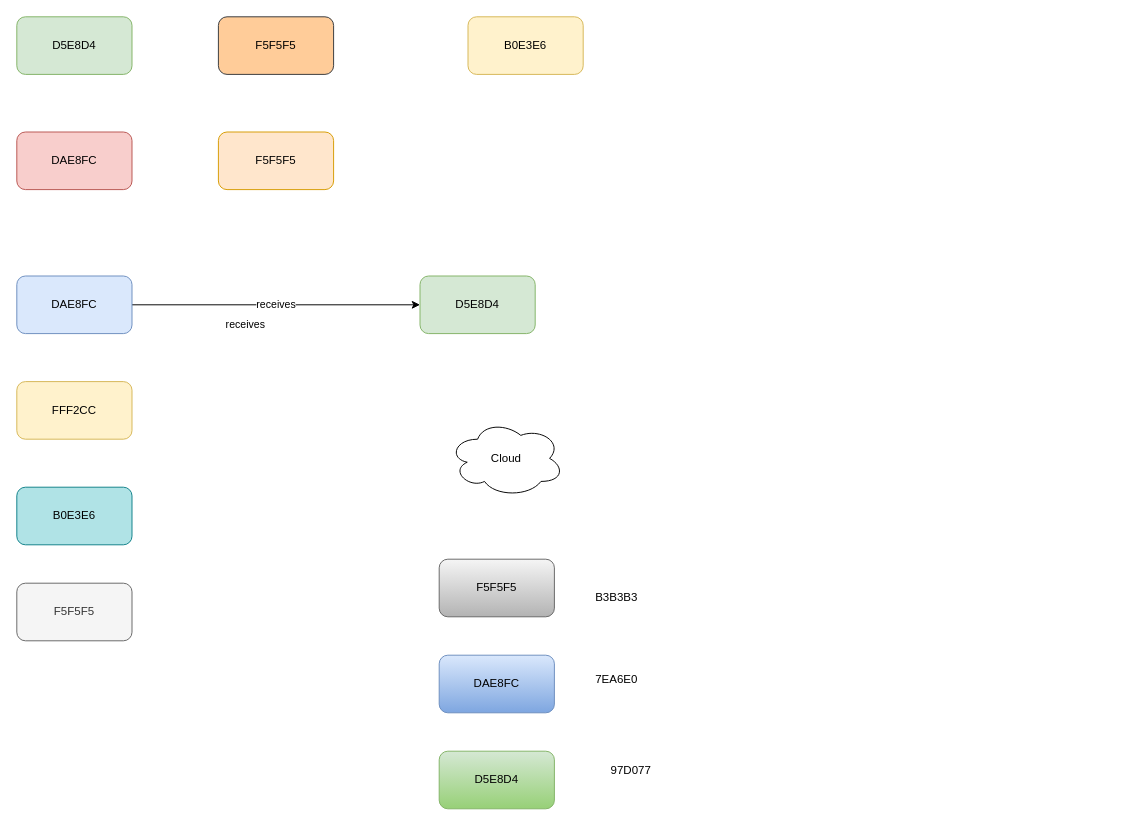
The draw.io diagram page "Page-1" (1 of 2) of drawing_new_features.drawio in robertoestlin/noted, before the edit. Source tidied: cells renumbered, new cells numbered last; positions are measured from the earlier drawing's top-left corner, leaving out a move shared by most shapes. Both pictures are drawn from the tidied source at 96%, with x=0, y=0 at pixel (16, 16).
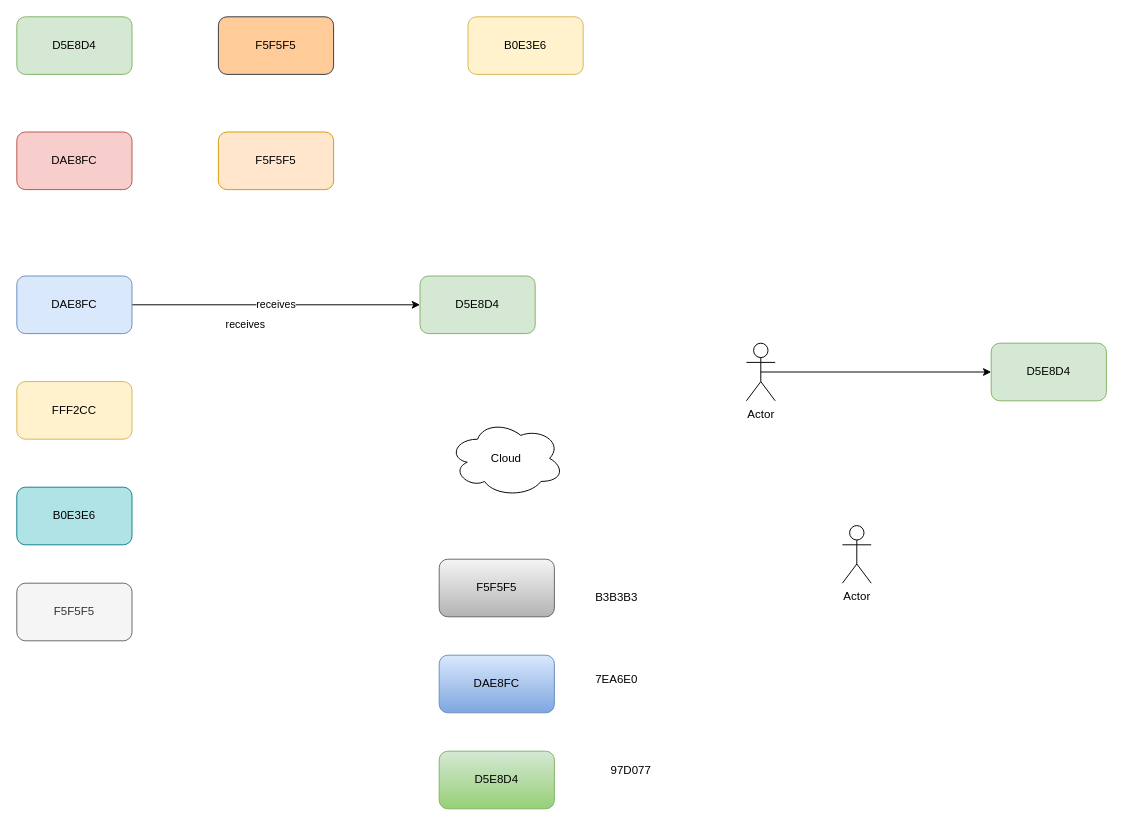
Above is the later version.

Diff of the diagram source:
```diff
@@
+    <mxCell id="21" style="edgeStyle=orthogonalEdgeStyle;rounded=0;jettySize=auto;html=1;exitX=0.5;exitY=0.5;exitDx=0;exitDy=0;exitPerimeter=0;entryX=0;entryY=0.5;entryDx=0;entryDy=0;" parent="1" edge="1" source="22" target="23">
+      <mxGeometry relative="1" as="geometry" />
+    </mxCell>
+    <mxCell id="22" value="Actor" style="shape=umlActor;verticalLabelPosition=bottom;verticalAlign=top;html=1;outlineConnect=0;" parent="1" vertex="1">
+      <mxGeometry x="760" y="340" width="30" height="60" as="geometry" />
+    </mxCell>
+    <mxCell id="23" value="D5E8D4" style="rounded=1;whiteSpace=wrap;html=1;fillColor=#d5e8d4;strokeColor=#82b366;" parent="1" vertex="1">
+      <mxGeometry x="1015" y="340" width="120" height="60" as="geometry" />
+    </mxCell>
+    <mxCell id="24" value="Actor" style="shape=umlActor;verticalLabelPosition=bottom;verticalAlign=top;html=1;" parent="1" vertex="1">
+      <mxGeometry x="860" y="530" width="30" height="60" as="geometry" />
+    </mxCell>
```
